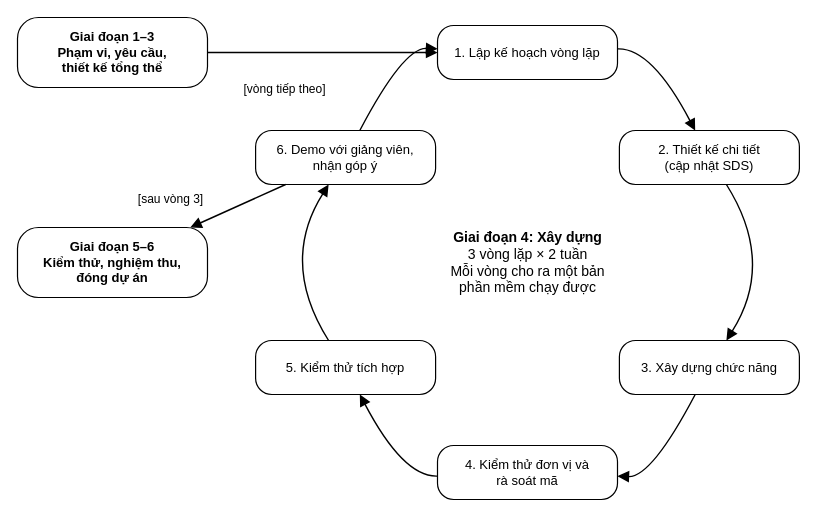
Before: docs/VN/diagram/Report 2/Quy trinh du an.drawio in LuuDong2004/SEP490_G123_SFEMS, a draw.io diagram. Source tidied: cells renumbered, new cells numbered last; positions are measured from the earlier drawing's top-left corner, leaving out a move shared by most shapes. Both pictures are drawn from the tidied source at 100%, with x=0, y=0 at pixel (17, 17).
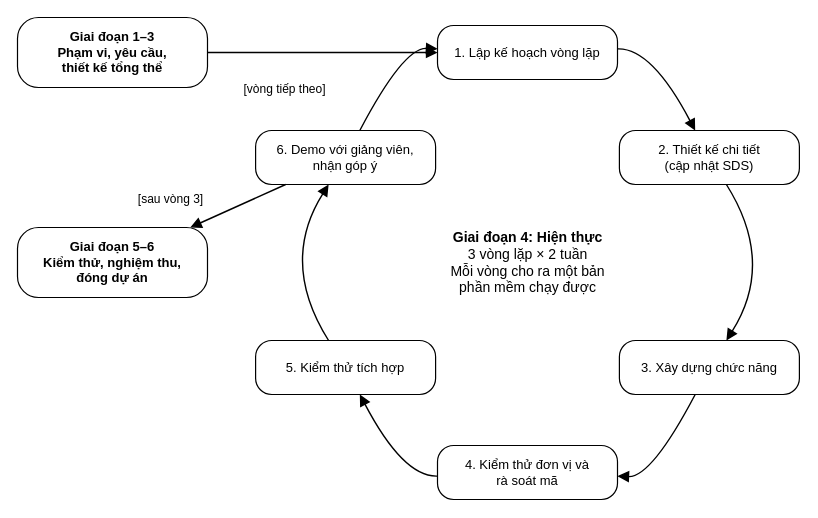
The same diagram, later.

Diff of the diagram source:
```diff
@@
-    <mxCell id="18" value="&lt;b&gt;Giai đoạn 4: Xây dựng&lt;/b&gt;&lt;br&gt;3 vòng lặp × 2 tuần&lt;br&gt;Mỗi vòng cho ra một bản&lt;br&gt;phần mềm chạy được" style="text;align=center;verticalAlign=middle;fillColor=none;strokeColor=none;fontSize=12;fontFamily=Arial;html=1;fontColor=#000000;fontSize=14;" parent="1" vertex="1">
+    <mxCell id="18" value="&lt;b&gt;Giai đoạn 4: Hiện thực&lt;/b&gt;&lt;br&gt;3 vòng lặp × 2 tuần&lt;br&gt;Mỗi vòng cho ra một bản&lt;br&gt;phần mềm chạy được" style="text;align=center;verticalAlign=middle;fillColor=none;strokeColor=none;fontSize=12;fontFamily=Arial;html=1;fontColor=#000000;fontSize=14;" parent="1" vertex="1">
       <mxGeometry x="400" y="200" width="220" height="90" as="geometry" />
     </mxCell>
```
